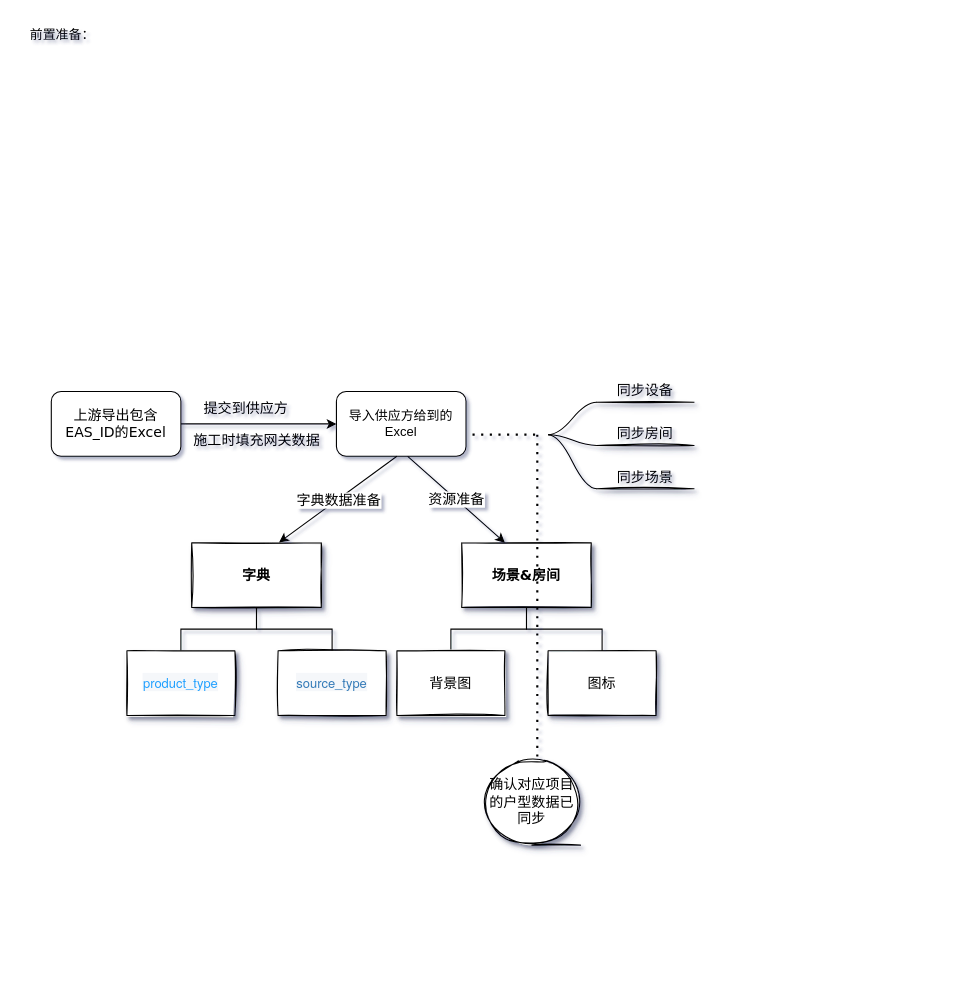
Before: flowChat.drawio in Navven/Img, a draw.io diagram. Source tidied: cells renumbered, new cells numbered last; positions are measured from the earlier drawing's top-left corner, leaving out a move shared by most shapes. Both pictures are drawn from the tidied source at 108%, with x=0, y=0 at pixel (18, 18).
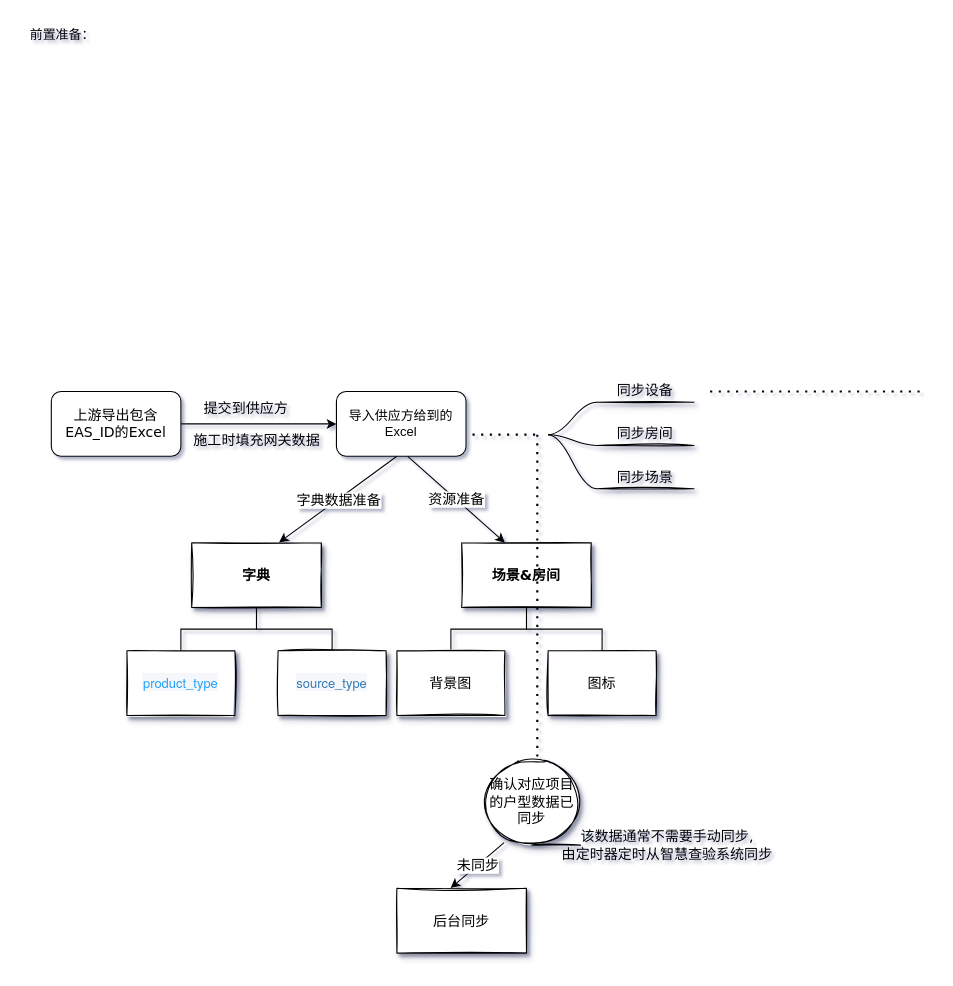
The same page after the edit.

Unchanged cells that the change refers to:
```xml
<mxCell id="30" value="确认对应项目的户型数据已同步" style="shape=tapeData;whiteSpace=wrap;html=1;perimeter=ellipsePerimeter;shadow=1;sketch=1;strokeColor=default;strokeWidth=1;fontFamily=Verdana;fontSize=13;" parent="1" vertex="1">
  <mxGeometry x="430" y="685" width="90" height="80" as="geometry" />
</mxCell>
```

The edit, as a diff of the source:
```diff
@@
+    <mxCell id="31" value="后台同步" style="rounded=0;whiteSpace=wrap;html=1;shadow=1;sketch=1;strokeColor=default;strokeWidth=1;fontFamily=Verdana;fontSize=13;" parent="1" vertex="1">
+      <mxGeometry x="350" y="805" width="120" height="60" as="geometry" />
+    </mxCell>
+    <mxCell id="32" style="endArrow=classic;html=1;rounded=0;fontFamily=Verdana;fontSize=13;exitX=0.214;exitY=0.971;exitDx=0;exitDy=0;entryX=0.415;entryY=-0.004;entryDx=0;entryDy=0;entryPerimeter=0;exitPerimeter=0;" parent="1" edge="1" source="30" target="31">
+      <mxGeometry relative="1" as="geometry" />
+    </mxCell>
+    <mxCell id="33" value="未同步" style="edgeLabel;html=1;align=center;verticalAlign=middle;shadow=1;sketch=1;strokeColor=default;strokeWidth=1;fontFamily=Verdana;fontSize=13;" parent="32" vertex="1">
+      <mxGeometry relative="1" as="geometry" />
+    </mxCell>
+    <mxCell id="34" value="该数据通常不需要手动同步,&lt;br&gt;由定时器定时从智慧查验系统同步" style="text;html=1;align=center;verticalAlign=middle;strokeColor=none;fillColor=none;fontSize=13;fontFamily=Verdana;" parent="1" vertex="1">
+      <mxGeometry x="490" y="745" width="220" height="40" as="geometry" />
+    </mxCell>
+    <mxCell id="35" style="endArrow=none;dashed=1;html=1;dashPattern=1 3;strokeWidth=2;rounded=0;fontFamily=Verdana;fontSize=13;" parent="1" edge="1">
+      <mxGeometry relative="1" as="geometry">
+        <mxPoint x="640" y="345" as="sourcePoint" />
+        <mxPoint x="840" y="345" as="targetPoint" />
+      </mxGeometry>
+    </mxCell>
```
